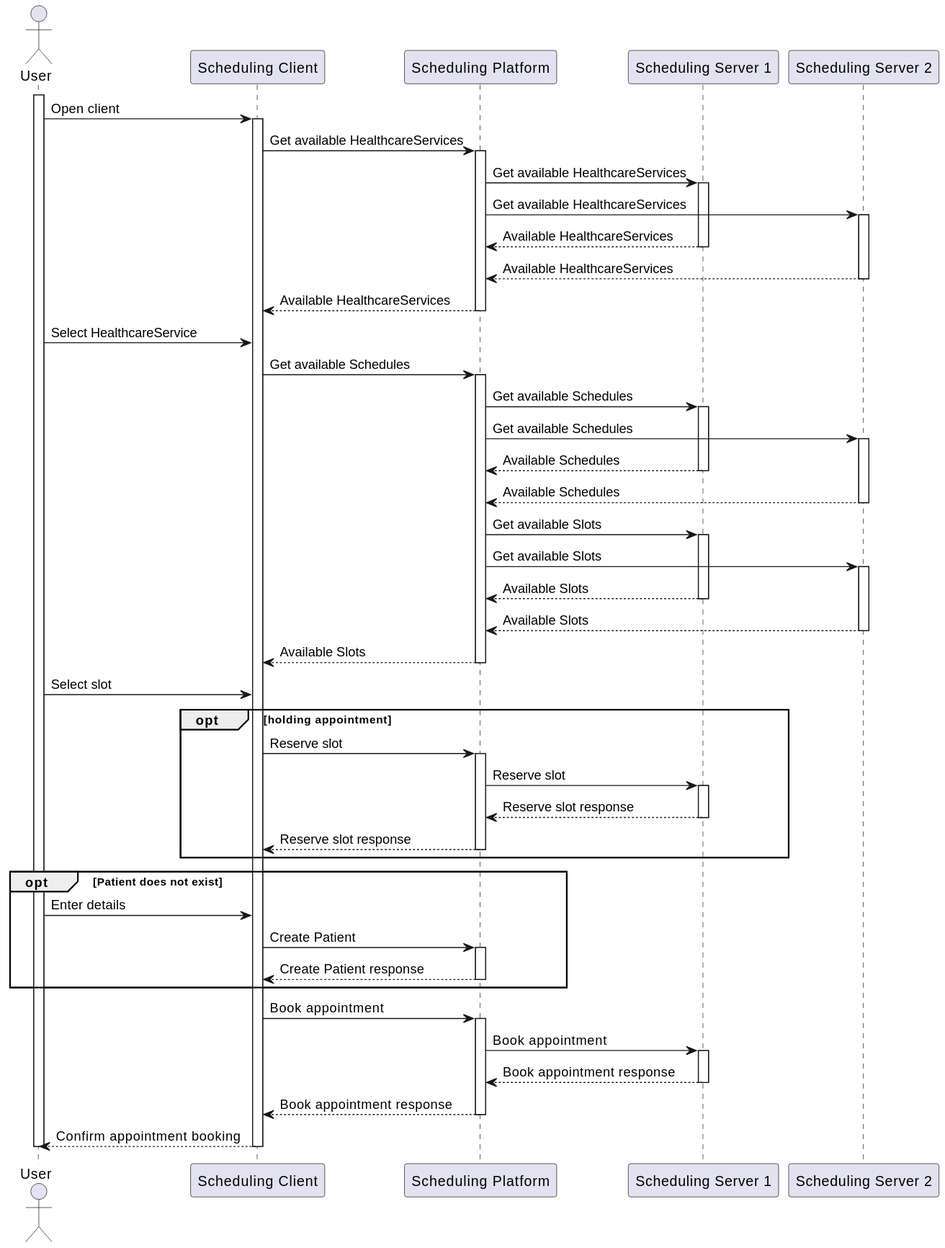
Before: r5-TC-FHIR-AG-Scheduling-R5-94-8---namen-der-interactions-wiederfinden/scenarios/sequence-platform.svg, a diagram exported from PlantUML (HL7Austria/hl7austria.github.io). Source of this version:
```plantuml
@startuml
actor User as user
participant "Scheduling Client" as client
participant "Scheduling Platform" as platform
participant "Scheduling Server 1" as schedServ1
participant "Scheduling Server 2" as schedServ2

activate user
user -> client: Open client
activate client
client -> platform: Get available HealthcareServices
activate platform
platform -> schedServ1: Get available HealthcareServices
activate schedServ1
platform -> schedServ2: Get available HealthcareServices
activate schedServ2
schedServ1 ---> platform: Available HealthcareServices
deactivate schedServ1
schedServ2 ---> platform: Available HealthcareServices
deactivate schedServ2
platform ---> client: Available HealthcareServices
deactivate platform

user -> client: Select HealthcareService
client -> platform: Get available Schedules
activate platform
platform -> schedServ1: Get available Schedules
activate schedServ1
platform -> schedServ2: Get available Schedules
activate schedServ2
schedServ1 ---> platform: Available Schedules
deactivate schedServ1
schedServ2 ---> platform: Available Schedules
deactivate schedServ2

platform -> schedServ1: Get available Slots
activate schedServ1
platform -> schedServ2: Get available Slots
activate schedServ2
schedServ1 ---> platform: Available Slots
deactivate schedServ1
schedServ2 ---> platform: Available Slots
deactivate schedServ2
platform ---> client: Available Slots
deactivate platform

user -> client: Select slot

opt holding appointment
  client -> platform: Reserve slot
  activate platform
  platform -> schedServ1: Reserve slot
  activate schedServ1
  schedServ1 ---> platform: Reserve slot response
  deactivate schedServ1
  platform ---> client: Reserve slot response
  deactivate platform
end

opt Patient does not exist
  user -> client: Enter details
  client -> platform: Create Patient
  activate platform
  platform ---> client: Create Patient response
  deactivate platform
end

client -> platform: Book appointment
activate platform
platform -> schedServ1: Book appointment
activate schedServ1
schedServ1 ---> platform: Book appointment response
deactivate schedServ1
platform ---> client: Book appointment response
deactivate platform
client ---> user: Confirm appointment booking

deactivate client
deactivate user
@enduml
```
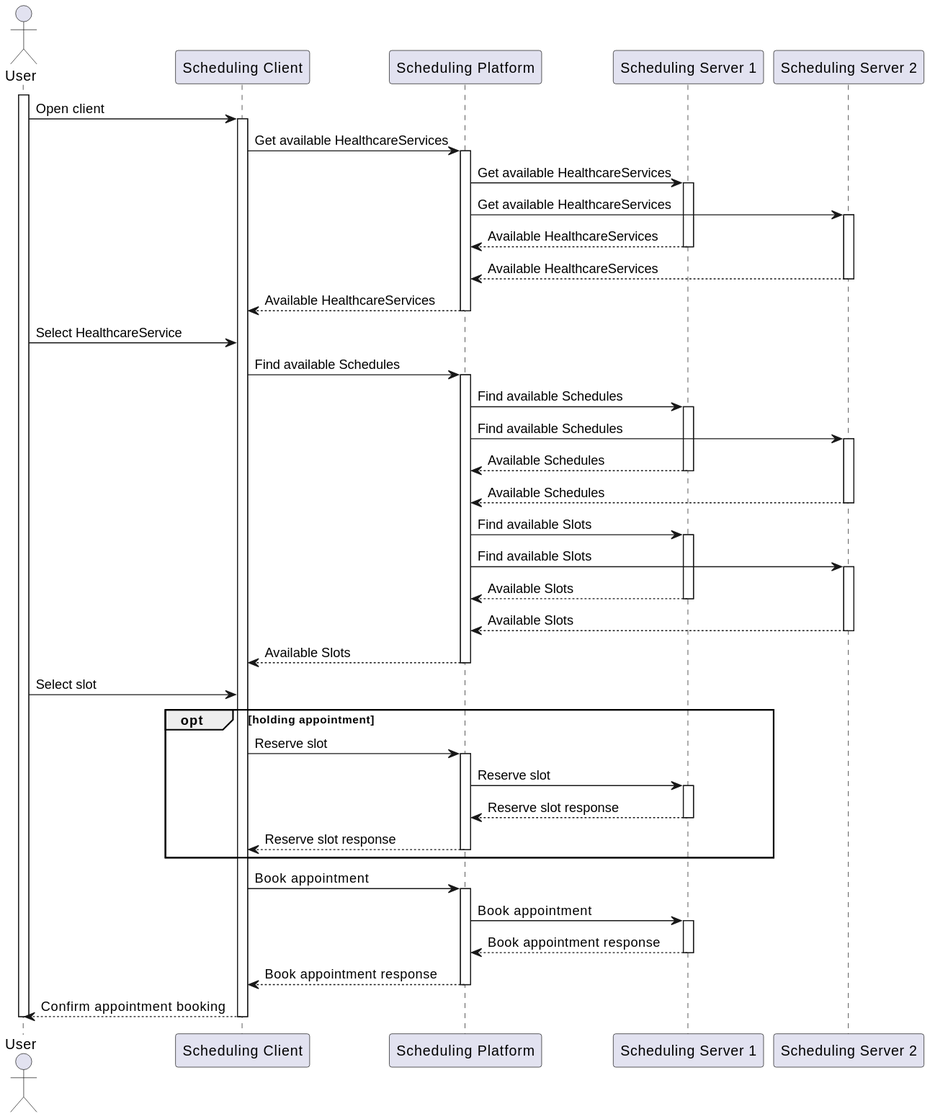
After the commit.

The edit, as a diff of the source:
```diff
@@ -22,20 +22,20 @@
 deactivate platform
 
 user -> client: Select HealthcareService
-client -> platform: Get available Schedules
+client -> platform: Find available Schedules
 activate platform
-platform -> schedServ1: Get available Schedules
+platform -> schedServ1: Find available Schedules
 activate schedServ1
-platform -> schedServ2: Get available Schedules
+platform -> schedServ2: Find available Schedules
 activate schedServ2
 schedServ1 ---> platform: Available Schedules
 deactivate schedServ1
 schedServ2 ---> platform: Available Schedules
 deactivate schedServ2
 
-platform -> schedServ1: Get available Slots
+platform -> schedServ1: Find available Slots
 activate schedServ1
-platform -> schedServ2: Get available Slots
+platform -> schedServ2: Find available Slots
 activate schedServ2
 schedServ1 ---> platform: Available Slots
 deactivate schedServ1
@@ -57,14 +57,6 @@
   deactivate platform
 end
 
-opt Patient does not exist
-  user -> client: Enter details
-  client -> platform: Create Patient
-  activate platform
-  platform ---> client: Create Patient response
-  deactivate platform
-end
-
 client -> platform: Book appointment
 activate platform
 platform -> schedServ1: Book appointment
```
